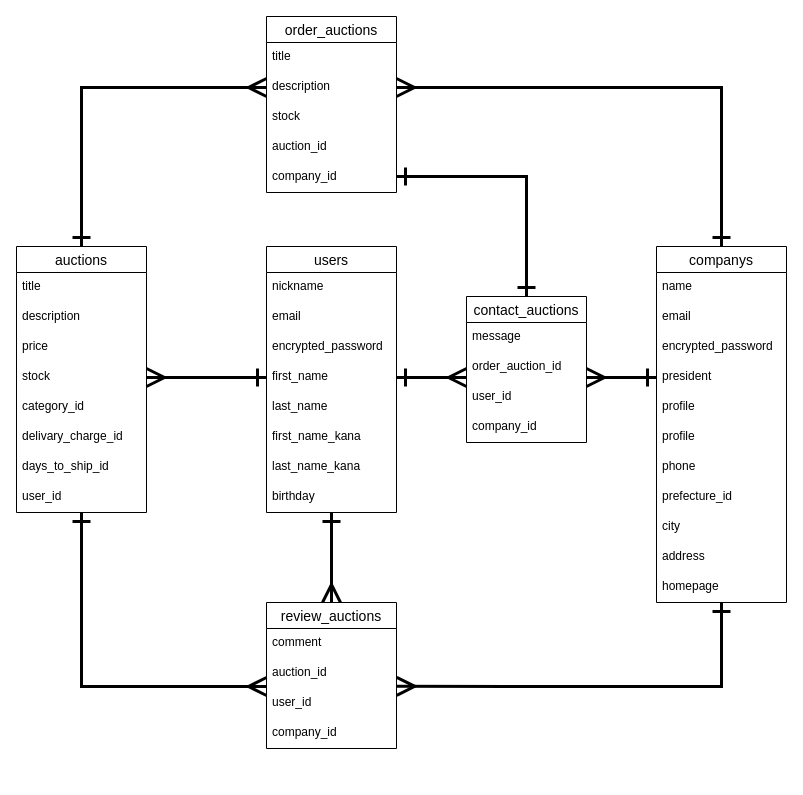
Above: DB_ER_Auction.dio in Sashimi0343/losstop (draw.io), before the change. Source tidied: cells renumbered, new cells numbered last; positions are measured from the earlier drawing's top-left corner, leaving out a move shared by most shapes. Both pictures are drawn from the tidied source at 100%, with x=0, y=0 at pixel (16, 16).
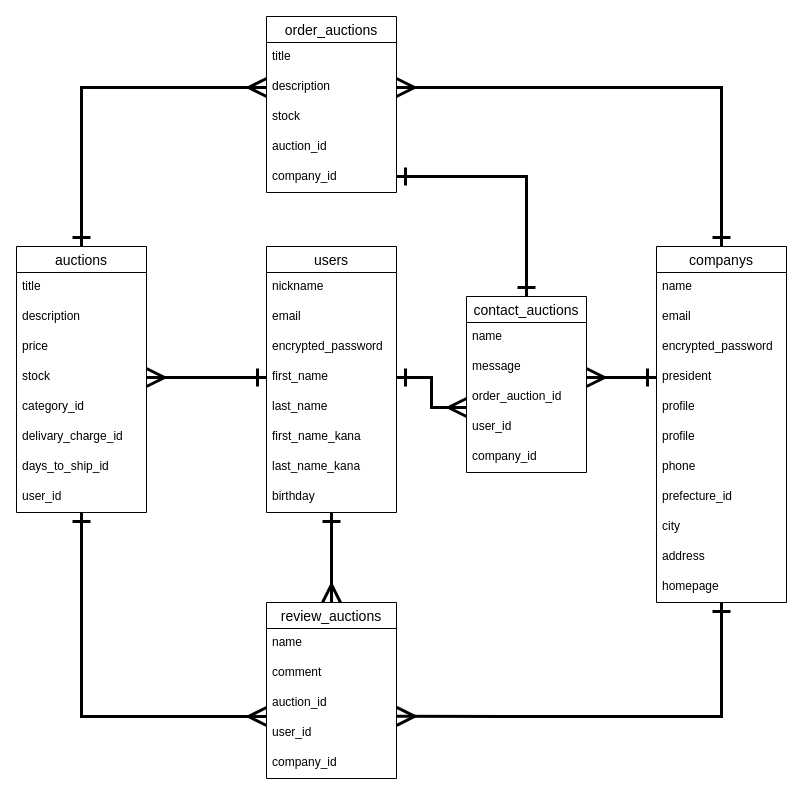
The same diagram, later.

Commit message (it also covers changes not shown here):
README＆ER図　加筆修正

Change to the diagram source:
```diff
@@
     <mxCell id="16" value="contact_auctions" style="swimlane;fontStyle=0;horizontal=1;startSize=26;align=center;fontSize=14;" parent="1" vertex="1">
-      <mxGeometry x="450" y="280" width="120" height="146" as="geometry" />
+      <mxGeometry x="450" y="280" width="120" height="176" as="geometry" />
     </mxCell>
+    <mxCell id="57" value="name" style="text;strokeColor=none;fillColor=none;spacingLeft=4;spacingRight=4;overflow=hidden;fontSize=12;" parent="16" vertex="1">
+      <mxGeometry y="26" width="120" height="30" as="geometry" />
+    </mxCell>
     <mxCell id="17" value="message" style="text;strokeColor=none;fillColor=none;spacingLeft=4;spacingRight=4;overflow=hidden;fontSize=12;" parent="16" vertex="1">
-      <mxGeometry y="26" width="120" height="30" as="geometry" />
+      <mxGeometry y="56" width="120" height="30" as="geometry" />
     </mxCell>
     <mxCell id="18" value="order_auction_id" style="text;strokeColor=none;fillColor=none;spacingLeft=4;spacingRight=4;overflow=hidden;points=[[0,0.5],[1,0.5]];portConstraint=eastwest;fontSize=12;" parent="16" vertex="1">
-      <mxGeometry y="56" width="120" height="30" as="geometry" />
+      <mxGeometry y="86" width="120" height="30" as="geometry" />
     </mxCell>
     <mxCell id="19" value="user_id" style="text;strokeColor=none;fillColor=none;spacingLeft=4;spacingRight=4;overflow=hidden;fontSize=12;" parent="16" vertex="1">
-      <mxGeometry y="86" width="120" height="30" as="geometry" />
+      <mxGeometry y="116" width="120" height="30" as="geometry" />
     </mxCell>
     <mxCell id="20" value="company_id" style="text;strokeColor=none;fillColor=none;spacingLeft=4;spacingRight=4;overflow=hidden;fontSize=12;" parent="16" vertex="1">
-      <mxGeometry y="116" width="120" height="30" as="geometry" />
+      <mxGeometry y="146" width="120" height="30" as="geometry" />
     </mxCell>
@@
     <mxCell id="31" value="review_auctions" style="swimlane;fontStyle=0;horizontal=1;startSize=26;align=center;fontSize=14;" parent="1" vertex="1">
-      <mxGeometry x="250" y="586" width="130" height="146" as="geometry" />
+      <mxGeometry x="250" y="586" width="130" height="176" as="geometry" />
     </mxCell>
+    <mxCell id="58" value="name" style="text;strokeColor=none;fillColor=none;spacingLeft=4;spacingRight=4;overflow=hidden;fontSize=12;" parent="31" vertex="1">
+      <mxGeometry y="26" width="130" height="30" as="geometry" />
+    </mxCell>
     <mxCell id="32" value="comment" style="text;strokeColor=none;fillColor=none;spacingLeft=4;spacingRight=4;overflow=hidden;fontSize=12;" parent="31" vertex="1">
-      <mxGeometry y="26" width="130" height="30" as="geometry" />
+      <mxGeometry y="56" width="130" height="30" as="geometry" />
     </mxCell>
     <mxCell id="33" value="auction_id" style="text;strokeColor=none;fillColor=none;spacingLeft=4;spacingRight=4;overflow=hidden;fontSize=12;" parent="31" vertex="1">
-      <mxGeometry y="56" width="130" height="30" as="geometry" />
+      <mxGeometry y="86" width="130" height="30" as="geometry" />
     </mxCell>
     <mxCell id="34" value="user_id" style="text;strokeColor=none;fillColor=none;spacingLeft=4;spacingRight=4;overflow=hidden;points=[[0,0.5],[1,0.5]];portConstraint=eastwest;fontSize=12;" parent="31" vertex="1">
-      <mxGeometry y="86" width="130" height="30" as="geometry" />
+      <mxGeometry y="116" width="130" height="30" as="geometry" />
     </mxCell>
     <mxCell id="35" value="company_id" style="text;strokeColor=none;fillColor=none;spacingLeft=4;spacingRight=4;overflow=hidden;fontSize=12;" parent="31" vertex="1">
-      <mxGeometry y="116" width="130" height="30" as="geometry" />
+      <mxGeometry y="146" width="130" height="30" as="geometry" />
     </mxCell>
```
